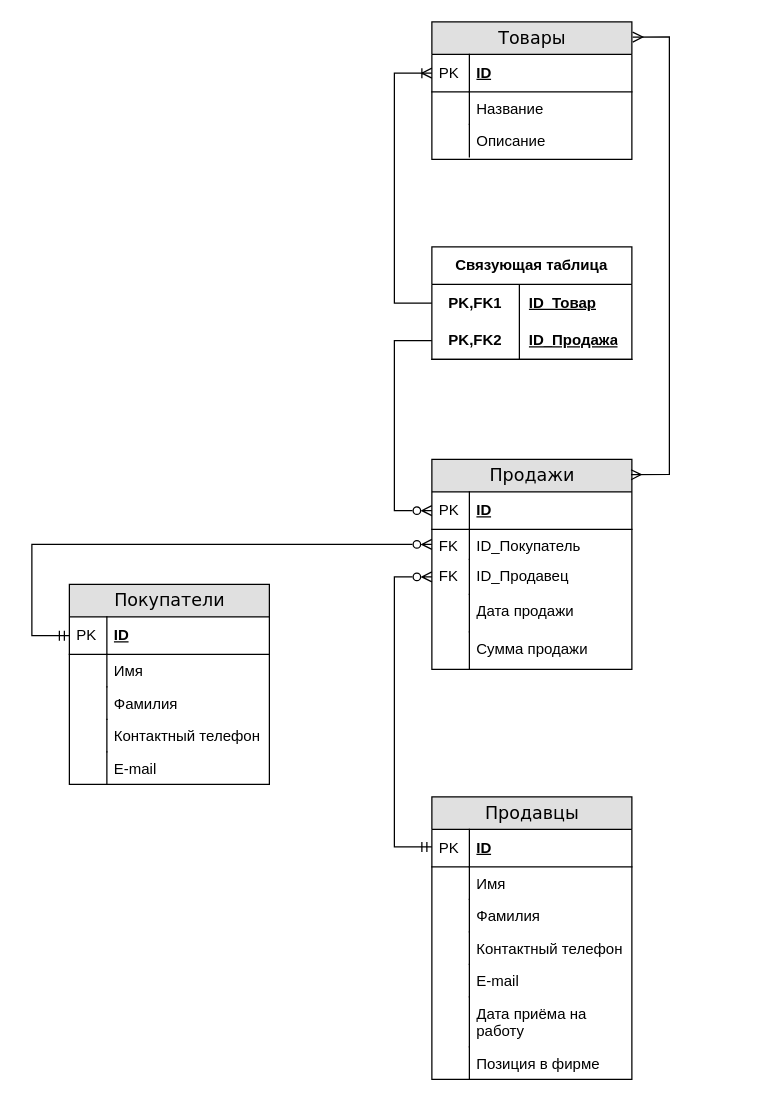
Earlier version of the draw.io diagram На проверку/Диаграмма ER.drawio (pokakaite/Py_Homework). Source tidied: cells renumbered, new cells numbered last; positions are measured from the earlier drawing's top-left corner, leaving out a move shared by most shapes. Both pictures are drawn from the tidied source at 125%, with x=0, y=0 at pixel (31, 21).
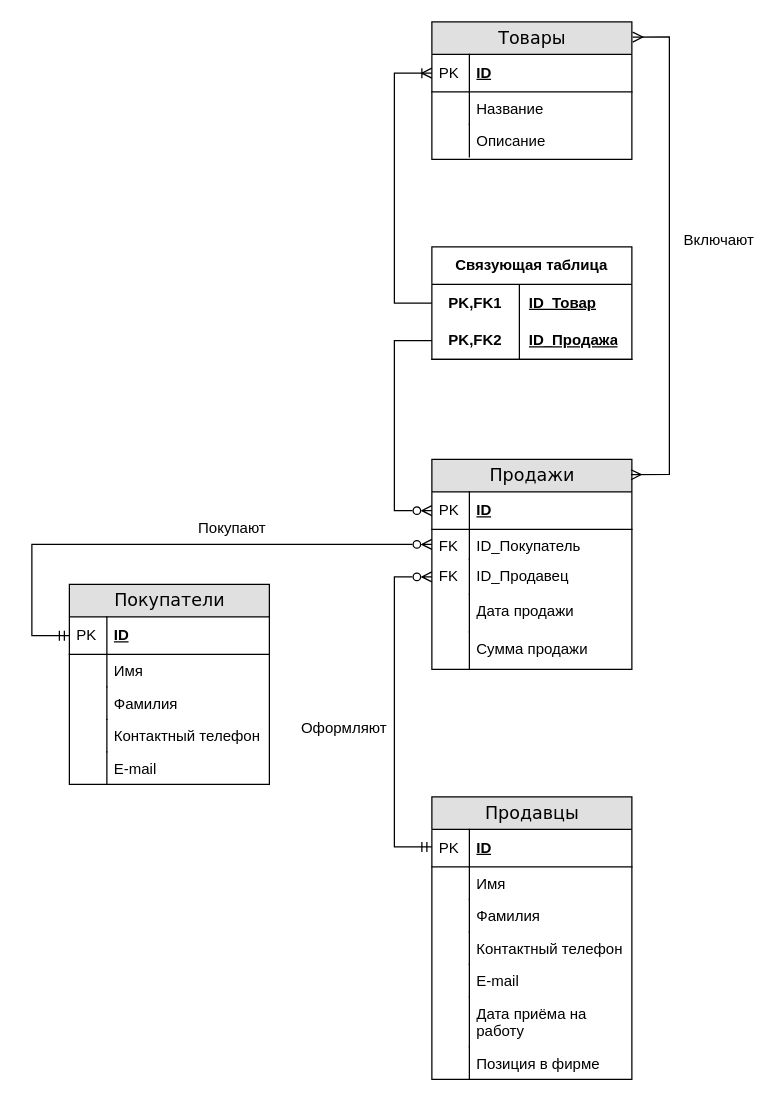
The same diagram, later.

Diff of the diagram source:
```diff
@@
+    <mxCell id="58" value="Покупают" style="text;html=1;align=center;verticalAlign=middle;strokeColor=none;fillColor=none;" parent="1" vertex="1">
+      <mxGeometry x="120" y="390" width="80" height="30" as="geometry" />
+    </mxCell>
+    <mxCell id="59" value="Оформляют" style="text;html=1;align=center;verticalAlign=middle;whiteSpace=wrap;rounded=0;" parent="1" vertex="1">
+      <mxGeometry x="220" y="550" width="60" height="30" as="geometry" />
+    </mxCell>
+    <mxCell id="60" value="Включают" style="text;html=1;align=center;verticalAlign=middle;whiteSpace=wrap;rounded=0;" parent="1" vertex="1">
+      <mxGeometry x="520" y="160" width="60" height="30" as="geometry" />
+    </mxCell>
```
